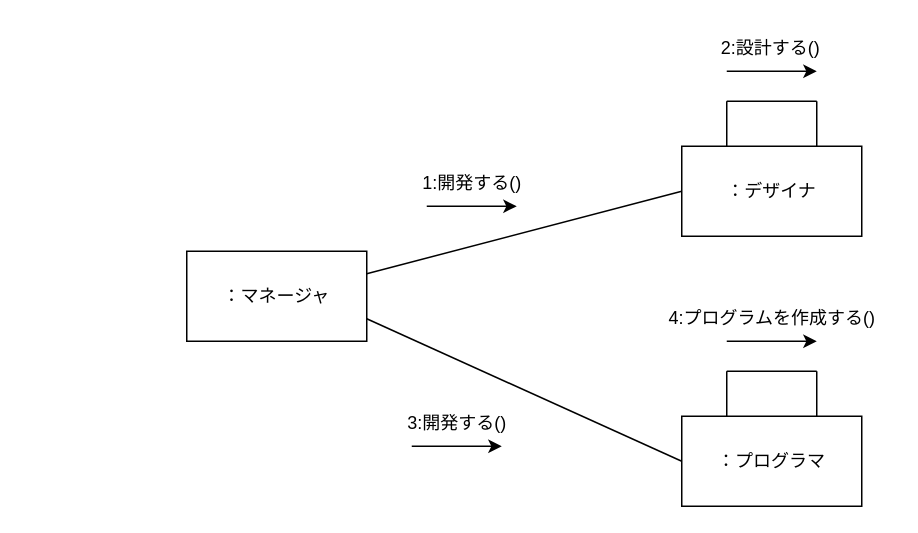
Above: page "ページ1" (1 of 2) of Lesson06/Lesson6-1.drawio in ucsaeki/UML_chonyumon (draw.io), before the change. Source tidied: cells renumbered, new cells numbered last; positions are measured from the earlier drawing's top-left corner, leaving out a move shared by most shapes. Both pictures are drawn from the tidied source at 150%, with x=0, y=0 at pixel (186, 26).
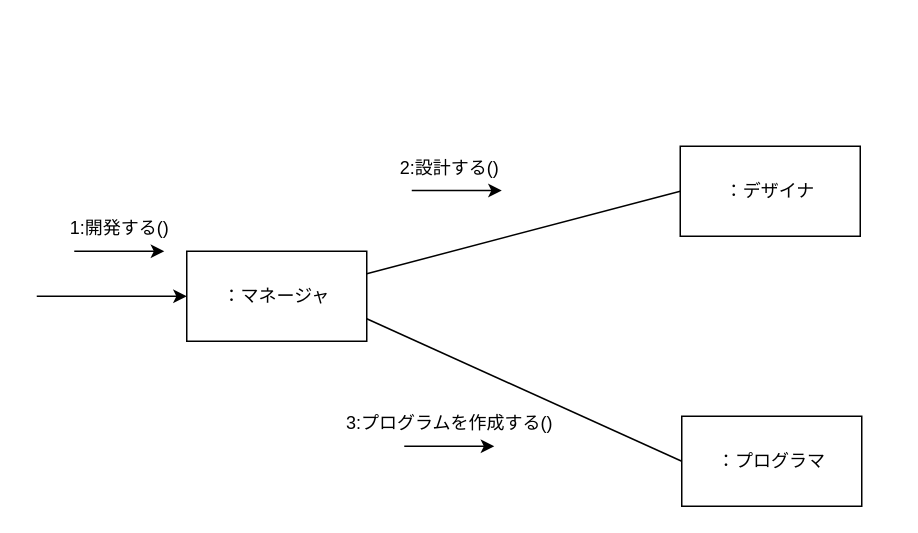
The same diagram, later.

Unchanged cells that the change refers to:
```xml
<mxCell id="4" value="：マネージャ" style="rounded=0;whiteSpace=wrap;html=1;" parent="1" vertex="1">
  <mxGeometry y="150" width="120" height="60" as="geometry" />
</mxCell>
<mxCell id="10" value="：プログラマ" style="rounded=0;whiteSpace=wrap;html=1;" parent="1" vertex="1">
  <mxGeometry x="330" y="260" width="120" height="60" as="geometry" />
</mxCell>
```

The edit, as a diff of the source:
```diff
@@
+    <mxCell id="21" style="edgeStyle=orthogonalEdgeStyle;rounded=0;jettySize=auto;html=1;exitX=0;exitY=0.5;exitDx=0;exitDy=0;endArrow=none;endFill=0;startArrow=classic;startFill=1;" parent="1" edge="1" source="4">
+      <mxGeometry relative="1" as="geometry">
+        <mxPoint x="-100" y="180" as="targetPoint" />
+      </mxGeometry>
+    </mxCell>
@@
-    <mxCell id="5" style="edgeStyle=orthogonalEdgeStyle;rounded=0;jettySize=auto;html=1;exitX=0.25;exitY=0;exitDx=0;exitDy=0;endArrow=none;endFill=0;" parent="1" edge="1" source="7">
-      <mxGeometry relative="1" as="geometry">
-        <mxPoint x="360" y="50" as="targetPoint" />
-        <Array as="points">
-          <mxPoint x="360" y="80" />
-          <mxPoint x="360" y="80" />
-        </Array>
-      </mxGeometry>
-    </mxCell>
-    <mxCell id="6" style="edgeStyle=orthogonalEdgeStyle;rounded=0;jettySize=auto;html=1;exitX=0.75;exitY=0;exitDx=0;exitDy=0;endArrow=none;endFill=0;" parent="1" edge="1" source="7">
-      <mxGeometry relative="1" as="geometry">
-        <mxPoint x="420" y="60" as="targetPoint" />
-        <Array as="points">
-          <mxPoint x="420" y="50" />
-          <mxPoint x="420" y="50" />
-        </Array>
-      </mxGeometry>
-    </mxCell>
     <mxCell id="7" value="：デザイナ" style="rounded=0;whiteSpace=wrap;html=1;" parent="1" vertex="1">
-      <mxGeometry x="330" y="80" width="120" height="60" as="geometry" />
+      <mxGeometry x="329" y="80" width="120" height="60" as="geometry" />
     </mxCell>
-    <mxCell id="8" style="edgeStyle=orthogonalEdgeStyle;rounded=0;jettySize=auto;html=1;exitX=0.75;exitY=0;exitDx=0;exitDy=0;endArrow=none;endFill=0;" parent="1" edge="1" source="10">
-      <mxGeometry relative="1" as="geometry">
-        <mxPoint x="420" y="230" as="targetPoint" />
-      </mxGeometry>
-    </mxCell>
-    <mxCell id="9" style="edgeStyle=orthogonalEdgeStyle;rounded=0;jettySize=auto;html=1;exitX=0.25;exitY=0;exitDx=0;exitDy=0;endArrow=none;endFill=0;" parent="1" edge="1" source="10">
-      <mxGeometry relative="1" as="geometry">
-        <mxPoint x="360" y="230" as="targetPoint" />
-      </mxGeometry>
-    </mxCell>
@@
-    <mxCell id="11" style="endArrow=none;html=1;rounded=0;endFill=0;" parent="1" edge="1">
-      <mxGeometry relative="1" as="geometry">
-        <mxPoint x="360" y="50" as="sourcePoint" />
-        <mxPoint x="420" y="50" as="targetPoint" />
-      </mxGeometry>
-    </mxCell>
-    <mxCell id="12" style="endArrow=none;html=1;rounded=0;endFill=0;" parent="1" edge="1">
-      <mxGeometry relative="1" as="geometry">
-        <mxPoint x="360" y="230" as="sourcePoint" />
-        <mxPoint x="420" y="230" as="targetPoint" />
-      </mxGeometry>
-    </mxCell>
     <mxCell id="13" value="1:開発する()" style="text;html=1;align=center;verticalAlign=middle;strokeColor=none;fillColor=none;" parent="1" vertex="1">
-      <mxGeometry x="145" y="90" width="90" height="30" as="geometry" />
+      <mxGeometry x="-90" y="120" width="90" height="30" as="geometry" />
     </mxCell>
     <mxCell id="14" style="endArrow=classic;html=1;rounded=0;" parent="1" edge="1">
       <mxGeometry relative="1" as="geometry">
-        <mxPoint x="160" y="120" as="sourcePoint" />
-        <mxPoint x="220" y="120" as="targetPoint" />
+        <mxPoint x="-75" y="150" as="sourcePoint" />
+        <mxPoint x="-15" y="150" as="targetPoint" />
         <Array as="points">
-          <mxPoint x="200" y="120" />
+          <mxPoint x="-35" y="150" />
         </Array>
       </mxGeometry>
     </mxCell>
     <mxCell id="15" value="2:&lt;span style=&quot;background-color: initial;&quot;&gt;設計する()&lt;/span&gt;" style="text;html=1;align=center;verticalAlign=middle;strokeColor=none;fillColor=none;" parent="1" vertex="1">
-      <mxGeometry x="344" width="90" height="30" as="geometry" />
+      <mxGeometry x="130" y="80" width="90" height="30" as="geometry" />
     </mxCell>
-    <mxCell id="16" style="endArrow=classic;html=1;rounded=0;" parent="1" edge="1">
-      <mxGeometry relative="1" as="geometry">
-        <mxPoint x="360" y="30" as="sourcePoint" />
-        <mxPoint x="420" y="30" as="targetPoint" />
-      </mxGeometry>
-    </mxCell>
     <mxCell id="17" style="endArrow=classic;html=1;rounded=0;" parent="1" edge="1">
       <mxGeometry relative="1" as="geometry">
-        <mxPoint x="150" y="280" as="sourcePoint" />
-        <mxPoint x="210" y="280" as="targetPoint" />
+        <mxPoint x="145" y="280" as="sourcePoint" />
+        <mxPoint x="205" y="280" as="targetPoint" />
         <Array as="points">
-          <mxPoint x="190" y="280" />
+          <mxPoint x="185" y="280" />
         </Array>
       </mxGeometry>
     </mxCell>
-    <mxCell id="18" style="endArrow=classic;html=1;rounded=0;" parent="1" edge="1">
-      <mxGeometry relative="1" as="geometry">
-        <mxPoint x="360" y="210" as="sourcePoint" />
-        <mxPoint x="420" y="210" as="targetPoint" />
-        <Array as="points">
-          <mxPoint x="400" y="210" />
-        </Array>
-      </mxGeometry>
-    </mxCell>
-    <mxCell id="19" value="3:開発する()" style="text;html=1;align=center;verticalAlign=middle;strokeColor=none;fillColor=none;" parent="1" vertex="1">
-      <mxGeometry x="135" y="250" width="90" height="30" as="geometry" />
-    </mxCell>
-    <mxCell id="20" value="4:プログラムを作成する()" style="text;html=1;align=center;verticalAlign=middle;strokeColor=none;fillColor=none;" parent="1" vertex="1">
-      <mxGeometry x="310" y="180" width="160" height="30" as="geometry" />
+    <mxCell id="20" value="3:プログラムを作成する()" style="text;html=1;align=center;verticalAlign=middle;strokeColor=none;fillColor=none;" parent="1" vertex="1">
+      <mxGeometry x="95" y="250" width="160" height="30" as="geometry" />
     </mxCell>
+    <mxCell id="22" style="endArrow=classic;html=1;rounded=0;" parent="1" edge="1">
+      <mxGeometry relative="1" as="geometry">
+        <mxPoint x="150" y="109.5" as="sourcePoint" />
+        <mxPoint x="210" y="109.5" as="targetPoint" />
+        <Array as="points">
+          <mxPoint x="190" y="109.5" />
+        </Array>
+      </mxGeometry>
+    </mxCell>
```
